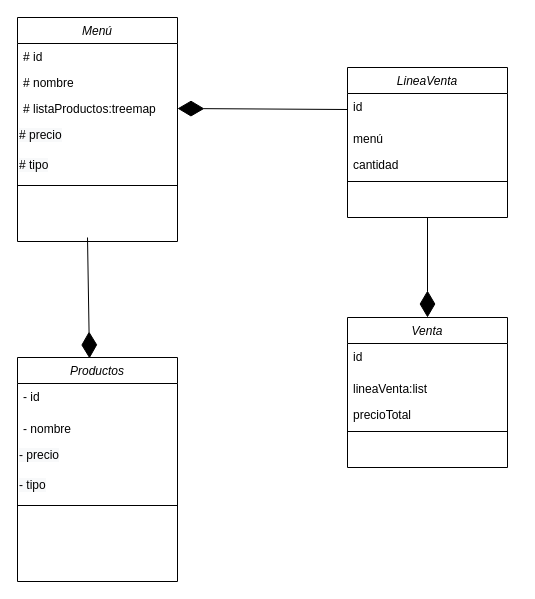
The draw.io diagram diagrama de clses de  kfc.drawio in Azaharabl/kfc_ejercicio_BR_Azahara, before the edit. Source tidied: cells renumbered, new cells numbered last; positions are measured from the earlier drawing's top-left corner, leaving out a move shared by most shapes. Both pictures are drawn from the tidied source at 100%, with x=0, y=0 at pixel (17, 17).
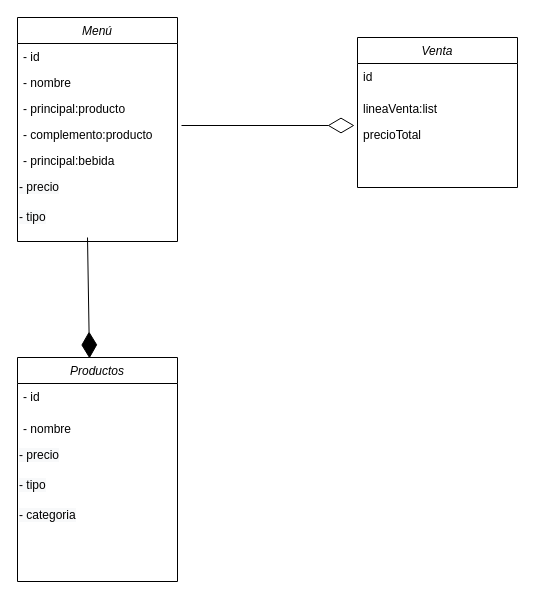
Above is the later version.

Commit message:
actuaizado el diagrama de clases, incluido el giitignore,

Unchanged cells that the change refers to:
```xml
<mxCell id="2" value="Menú" style="swimlane;fontStyle=2;align=center;verticalAlign=top;horizontal=1;startSize=26;rounded=0;shadow=0;strokeWidth=1;" parent="1" vertex="1">
  <mxGeometry width="160" height="224" as="geometry" />
</mxCell>
<mxCell id="9" value="Productos" style="swimlane;fontStyle=2;align=center;verticalAlign=top;horizontal=1;startSize=26;rounded=0;shadow=0;strokeWidth=1;" parent="1" vertex="1">
  <mxGeometry y="340" width="160" height="224" as="geometry" />
</mxCell>
```

The edit, as a diff of the source:
```diff
@@
-    <mxCell id="3" value="# id" style="text;align=left;verticalAlign=top;spacingLeft=4;spacingRight=4;overflow=hidden;" parent="2" vertex="1">
+    <mxCell id="3" value="- id" style="text;align=left;verticalAlign=top;spacingLeft=4;spacingRight=4;overflow=hidden;" parent="2" vertex="1">
       <mxGeometry y="26" width="160" height="26" as="geometry" />
     </mxCell>
-    <mxCell id="4" value="# nombre" style="text;align=left;verticalAlign=top;spacingLeft=4;spacingRight=4;overflow=hidden;rounded=0;shadow=0;html=0;" parent="2" vertex="1">
+    <mxCell id="4" value="- nombre" style="text;align=left;verticalAlign=top;spacingLeft=4;spacingRight=4;overflow=hidden;rounded=0;shadow=0;html=0;" parent="2" vertex="1">
       <mxGeometry y="52" width="160" height="26" as="geometry" />
     </mxCell>
-    <mxCell id="5" value="# listaProductos:treemap" style="text;align=left;verticalAlign=top;spacingLeft=4;spacingRight=4;overflow=hidden;rounded=0;shadow=0;html=0;" parent="2" vertex="1">
+    <mxCell id="5" value="- principal:producto" style="text;align=left;verticalAlign=top;spacingLeft=4;spacingRight=4;overflow=hidden;rounded=0;shadow=0;html=0;" parent="2" vertex="1">
       <mxGeometry y="78" width="160" height="26" as="geometry" />
     </mxCell>
+    <mxCell id="28" value="- complemento:producto" style="text;align=left;verticalAlign=top;spacingLeft=4;spacingRight=4;overflow=hidden;points=[[0,0.5],[1,0.5]];portConstraint=eastwest;rounded=0;shadow=0;html=0;" parent="2" vertex="1">
+      <mxGeometry y="104" width="160" height="26" as="geometry" />
+    </mxCell>
+    <mxCell id="29" value="- principal:bebida" style="text;align=left;verticalAlign=top;spacingLeft=4;spacingRight=4;overflow=hidden;rounded=0;shadow=0;html=0;" parent="2" vertex="1">
+      <mxGeometry y="130" width="160" height="26" as="geometry" />
+    </mxCell>
-    <mxCell id="6" value="&lt;span style=&quot;color: rgb(0 , 0 , 0) ; font-family: &amp;#34;helvetica&amp;#34; ; font-size: 12px ; font-style: normal ; font-weight: 400 ; letter-spacing: normal ; text-align: left ; text-indent: 0px ; text-transform: none ; word-spacing: 0px ; background-color: rgb(248 , 249 , 250) ; display: inline ; float: none&quot;&gt;# precio&lt;/span&gt;" style="text;whiteSpace=wrap;html=1;" parent="2" vertex="1">
-      <mxGeometry y="104" width="160" height="30" as="geometry" />
+    <mxCell id="6" value="&lt;span style=&quot;color: rgb(0 , 0 , 0) ; font-family: &amp;#34;helvetica&amp;#34; ; font-size: 12px ; font-style: normal ; font-weight: 400 ; letter-spacing: normal ; text-align: left ; text-indent: 0px ; text-transform: none ; word-spacing: 0px ; background-color: rgb(248 , 249 , 250) ; display: inline ; float: none&quot;&gt;- precio&lt;/span&gt;" style="text;whiteSpace=wrap;html=1;" parent="2" vertex="1">
+      <mxGeometry y="156" width="160" height="30" as="geometry" />
     </mxCell>
-    <mxCell id="7" value="&lt;span style=&quot;color: rgb(0 , 0 , 0) ; font-family: &amp;#34;helvetica&amp;#34; ; font-size: 12px ; font-style: normal ; font-weight: 400 ; letter-spacing: normal ; text-align: left ; text-indent: 0px ; text-transform: none ; word-spacing: 0px ; background-color: rgb(248 , 249 , 250) ; display: inline ; float: none&quot;&gt;# tipo&lt;/span&gt;" style="text;whiteSpace=wrap;html=1;" parent="2" vertex="1">
-      <mxGeometry y="134" width="160" height="30" as="geometry" />
+    <mxCell id="7" value="&lt;span style=&quot;color: rgb(0 , 0 , 0) ; font-family: &amp;#34;helvetica&amp;#34; ; font-size: 12px ; font-style: normal ; font-weight: 400 ; letter-spacing: normal ; text-align: left ; text-indent: 0px ; text-transform: none ; word-spacing: 0px ; background-color: rgb(248 , 249 , 250) ; display: inline ; float: none&quot;&gt;- tipo&lt;/span&gt;" style="text;whiteSpace=wrap;html=1;" parent="2" vertex="1">
+      <mxGeometry y="186" width="160" height="30" as="geometry" />
     </mxCell>
-    <mxCell id="8" style="line;html=1;strokeWidth=1;align=left;verticalAlign=middle;spacingTop=-1;spacingLeft=3;spacingRight=3;labelPosition=right;" parent="2" vertex="1">
-      <mxGeometry y="164" width="160" height="8" as="geometry" />
-    </mxCell>
@@
-    <mxCell id="14" style="line;html=1;strokeWidth=1;align=left;verticalAlign=middle;spacingTop=-1;spacingLeft=3;spacingRight=3;labelPosition=right;" parent="9" vertex="1">
-      <mxGeometry y="144" width="160" height="8" as="geometry" />
-    </mxCell>
+    <mxCell id="30" value="&lt;span style=&quot;color: rgb(0 , 0 , 0) ; font-family: &amp;#34;helvetica&amp;#34; ; font-size: 12px ; font-style: normal ; font-weight: 400 ; letter-spacing: normal ; text-align: left ; text-indent: 0px ; text-transform: none ; word-spacing: 0px ; background-color: rgb(248 , 249 , 250) ; display: inline ; float: none&quot;&gt;- categoria&lt;/span&gt;" style="text;whiteSpace=wrap;html=1;" parent="9" vertex="1">
+      <mxGeometry y="144" width="160" height="30" as="geometry" />
+    </mxCell>
@@
-    <mxCell id="16" value="LineaVenta" style="swimlane;fontStyle=2;align=center;verticalAlign=top;horizontal=1;startSize=26;rounded=0;shadow=0;strokeWidth=1;" parent="1" vertex="1">
-      <mxGeometry x="330" y="50" width="160" height="150" as="geometry" />
-    </mxCell>
-    <mxCell id="17" value="id" style="text;align=left;verticalAlign=top;spacingLeft=4;spacingRight=4;overflow=hidden;points=[[0,0.5],[1,0.5]];portConstraint=eastwest;" parent="16" vertex="1">
-      <mxGeometry y="26" width="160" height="32" as="geometry" />
-    </mxCell>
-    <mxCell id="18" value="menú" style="text;align=left;verticalAlign=top;spacingLeft=4;spacingRight=4;overflow=hidden;rounded=0;shadow=0;html=0;" parent="16" vertex="1">
-      <mxGeometry y="58" width="160" height="26" as="geometry" />
-    </mxCell>
-    <mxCell id="19" value="cantidad" style="text;align=left;verticalAlign=top;spacingLeft=4;spacingRight=4;overflow=hidden;rounded=0;shadow=0;html=0;" parent="16" vertex="1">
-      <mxGeometry y="84" width="160" height="26" as="geometry" />
-    </mxCell>
-    <mxCell id="20" style="line;html=1;strokeWidth=1;align=left;verticalAlign=middle;spacingTop=-1;spacingLeft=3;spacingRight=3;labelPosition=right;" parent="16" vertex="1">
-      <mxGeometry y="110" width="160" height="8" as="geometry" />
-    </mxCell>
-    <mxCell id="21" style="endArrow=diamondThin;endFill=1;endSize=24;html=1;entryX=1;entryY=0.5;entryDx=0;entryDy=0;exitX=0;exitY=0.5;exitDx=0;exitDy=0;" parent="1" edge="1" source="17">
-      <mxGeometry relative="1" as="geometry">
-        <mxPoint x="160" y="91" as="targetPoint" />
-      </mxGeometry>
-    </mxCell>
     <mxCell id="22" value="Venta" style="swimlane;fontStyle=2;align=center;verticalAlign=top;horizontal=1;startSize=26;rounded=0;shadow=0;strokeWidth=1;" parent="1" vertex="1">
-      <mxGeometry x="330" y="300" width="160" height="150" as="geometry" />
+      <mxGeometry x="340" y="20" width="160" height="150" as="geometry" />
     </mxCell>
@@
-    <mxCell id="26" style="line;html=1;strokeWidth=1;align=left;verticalAlign=middle;spacingTop=-1;spacingLeft=3;spacingRight=3;labelPosition=right;" parent="22" vertex="1">
-      <mxGeometry y="110" width="160" height="8" as="geometry" />
-    </mxCell>
-    <mxCell id="27" style="endArrow=diamondThin;endFill=1;endSize=24;html=1;entryX=0.5;entryY=0;entryDx=0;entryDy=0;exitX=0.5;exitY=1;exitDx=0;exitDy=0;" parent="1" edge="1" source="16" target="22">
-      <mxGeometry relative="1" as="geometry" />
-    </mxCell>
+    <mxCell id="31" style="endArrow=diamondThin;endFill=0;endSize=24;html=1;exitX=1.025;exitY=0.154;exitDx=0;exitDy=0;exitPerimeter=0;" parent="1" edge="1" source="28">
+      <mxGeometry relative="1" as="geometry">
+        <mxPoint x="337" y="108" as="targetPoint" />
+      </mxGeometry>
+    </mxCell>
```
